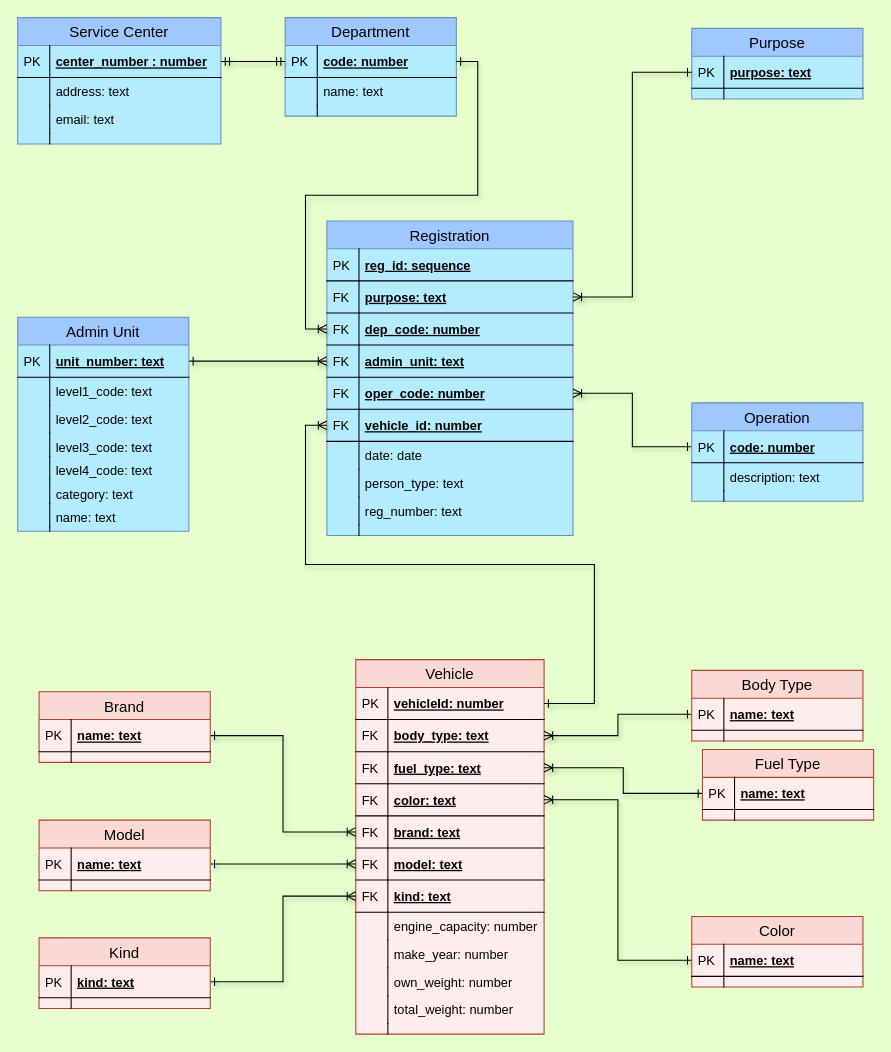
This is page "ER Tables" (2 of 2) of Documentation/Diagrams/DB_Scheme.drawio from sanyokkua/vehicle-info-ua, a draw.io file, before an edit. Source tidied: cells renumbered, new cells numbered last; positions are measured from the earlier drawing's top-left corner, leaving out a move shared by most shapes. Both pictures are drawn from the tidied source at 107%, with x=0, y=0 at pixel (17, 17).
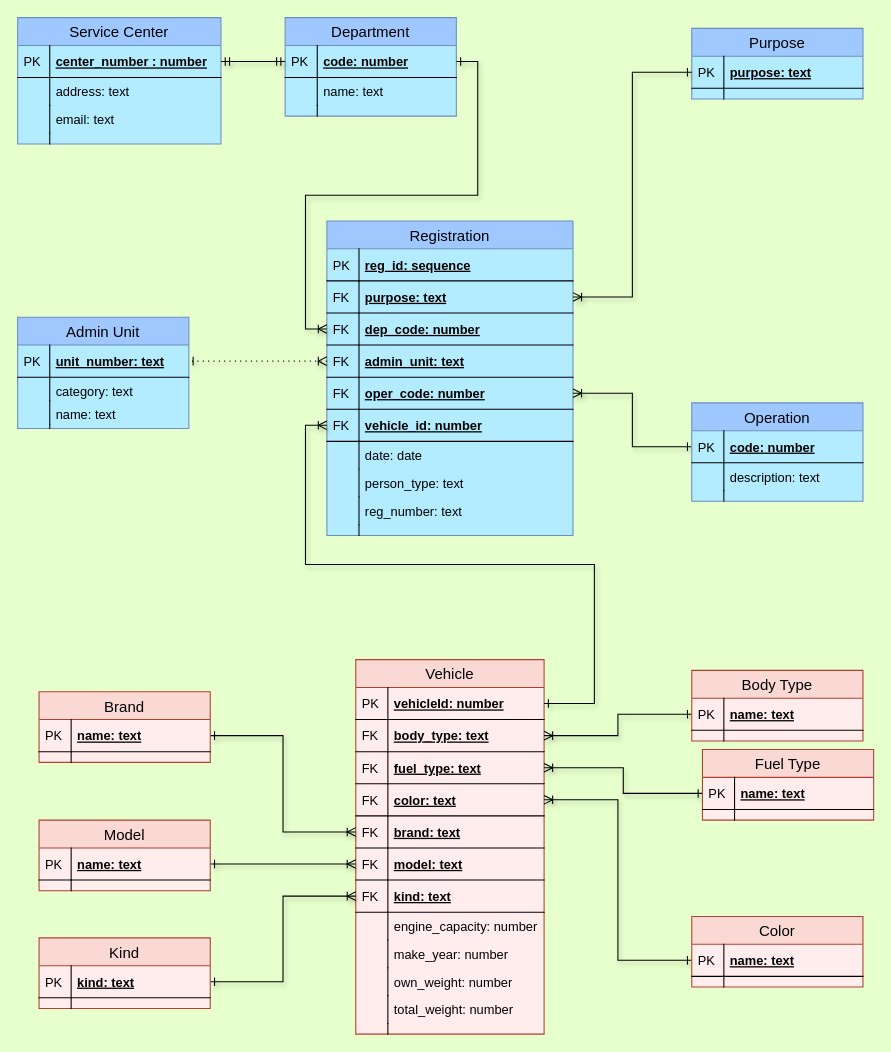
After the change.

Unchanged cells that the change refers to:
```xml
<mxCell id="9" value="admin_unit: text" style="shape=partialRectangle;top=0;left=0;right=0;bottom=1;align=left;verticalAlign=middle;fillColor=none;spacingLeft=34;spacingRight=4;overflow=hidden;points=[[0,0.5],[1,0.5]];portConstraint=eastwest;fontStyle=5;fontSize=12;" parent="2" vertex="1">
  <mxGeometry y="116" width="230" height="30" as="geometry" />
</mxCell>
<mxCell id="89" value="unit_number: text" style="shape=partialRectangle;top=0;left=0;right=0;bottom=1;align=left;verticalAlign=middle;fillColor=none;spacingLeft=34;spacingRight=4;overflow=hidden;points=[[0,0.5],[1,0.5]];portConstraint=eastwest;fontStyle=5;fontSize=12;" parent="88" vertex="1">
  <mxGeometry y="26" width="160" height="30" as="geometry" />
</mxCell>
```

Diff of the diagram source:
```diff
@@
-    <mxCell id="79" style="edgeStyle=orthogonalEdgeStyle;rounded=0;jettySize=auto;html=1;shadow=1;endArrow=ERone;endFill=0;startArrow=ERoneToMany;startFill=0;" parent="1" edge="1" source="9" target="89">
+    <mxCell id="79" style="edgeStyle=orthogonalEdgeStyle;rounded=0;jettySize=auto;html=1;shadow=1;endArrow=ERone;endFill=0;startArrow=ERoneToMany;startFill=0;dashed=1;dashPattern=1 4;" parent="1" edge="1" source="9" target="89">
       <mxGeometry relative="1" as="geometry" />
     </mxCell>
@@
     <mxCell id="88" value="Admin Unit" style="swimlane;fontStyle=0;horizontal=1;startSize=26;align=center;fontSize=14;fillColor=#9EC8FF;strokeColor=#6c8ebf;swimlaneFillColor=#B3EBFF;" parent="1" vertex="1">
-      <mxGeometry y="280" width="160" height="200" as="geometry" />
+      <mxGeometry y="280" width="160" height="104" as="geometry" />
     </mxCell>
@@
-    <mxCell id="91" value="level1_code: text" style="shape=partialRectangle;top=0;left=0;right=0;bottom=0;align=left;verticalAlign=top;fillColor=none;spacingLeft=34;spacingRight=4;overflow=hidden;fontSize=12;" parent="88" vertex="1">
-      <mxGeometry y="56" width="160" height="26" as="geometry" />
-    </mxCell>
-    <mxCell id="92" style="shape=partialRectangle;top=0;left=0;bottom=0;fillColor=none;align=left;verticalAlign=top;spacingLeft=4;spacingRight=4;overflow=hidden;fontSize=12;" parent="91" vertex="1">
-      <mxGeometry width="30" height="26" as="geometry" />
-    </mxCell>
-    <mxCell id="93" value="level2_code: text" style="shape=partialRectangle;top=0;left=0;right=0;bottom=0;align=left;verticalAlign=top;fillColor=none;spacingLeft=34;spacingRight=4;overflow=hidden;fontSize=12;" parent="88" vertex="1">
-      <mxGeometry y="82" width="160" height="26" as="geometry" />
-    </mxCell>
-    <mxCell id="94" style="shape=partialRectangle;top=0;left=0;bottom=0;fillColor=none;align=left;verticalAlign=top;spacingLeft=4;spacingRight=4;overflow=hidden;fontSize=12;" parent="93" vertex="1">
-      <mxGeometry width="30" height="26" as="geometry" />
-    </mxCell>
-    <mxCell id="95" value="level3_code: text" style="shape=partialRectangle;top=0;left=0;right=0;bottom=0;align=left;verticalAlign=top;fillColor=none;spacingLeft=34;spacingRight=4;overflow=hidden;fontSize=12;" parent="88" vertex="1">
-      <mxGeometry y="108" width="160" height="22" as="geometry" />
-    </mxCell>
-    <mxCell id="96" style="shape=partialRectangle;top=0;left=0;bottom=0;fillColor=none;align=left;verticalAlign=top;spacingLeft=4;spacingRight=4;overflow=hidden;fontSize=12;" parent="95" vertex="1">
-      <mxGeometry width="30" height="22" as="geometry" />
-    </mxCell>
-    <mxCell id="97" value="level4_code: text" style="shape=partialRectangle;top=0;left=0;right=0;bottom=0;align=left;verticalAlign=top;fillColor=none;spacingLeft=34;spacingRight=4;overflow=hidden;fontSize=12;" parent="88" vertex="1">
-      <mxGeometry y="130" width="160" height="22" as="geometry" />
-    </mxCell>
-    <mxCell id="98" style="shape=partialRectangle;top=0;left=0;bottom=0;fillColor=none;align=left;verticalAlign=top;spacingLeft=4;spacingRight=4;overflow=hidden;fontSize=12;" parent="97" vertex="1">
-      <mxGeometry width="30" height="22" as="geometry" />
-    </mxCell>
     <mxCell id="99" value="category: text" style="shape=partialRectangle;top=0;left=0;right=0;bottom=0;align=left;verticalAlign=top;fillColor=none;spacingLeft=34;spacingRight=4;overflow=hidden;fontSize=12;" parent="88" vertex="1">
-      <mxGeometry y="152" width="160" height="22" as="geometry" />
+      <mxGeometry y="56" width="160" height="22" as="geometry" />
     </mxCell>
@@
     <mxCell id="101" value="name: text" style="shape=partialRectangle;top=0;left=0;right=0;bottom=0;align=left;verticalAlign=top;fillColor=none;spacingLeft=34;spacingRight=4;overflow=hidden;fontSize=12;" parent="88" vertex="1">
-      <mxGeometry y="174" width="160" height="22" as="geometry" />
+      <mxGeometry y="78" width="160" height="22" as="geometry" />
     </mxCell>
@@
     <mxCell id="103" style="shape=partialRectangle;top=0;left=0;right=0;bottom=0;align=left;verticalAlign=top;fillColor=none;spacingLeft=34;spacingRight=4;overflow=hidden;fontSize=12;" parent="88" vertex="1">
-      <mxGeometry y="196" width="160" height="4" as="geometry" />
+      <mxGeometry y="100" width="160" height="4" as="geometry" />
     </mxCell>
```
